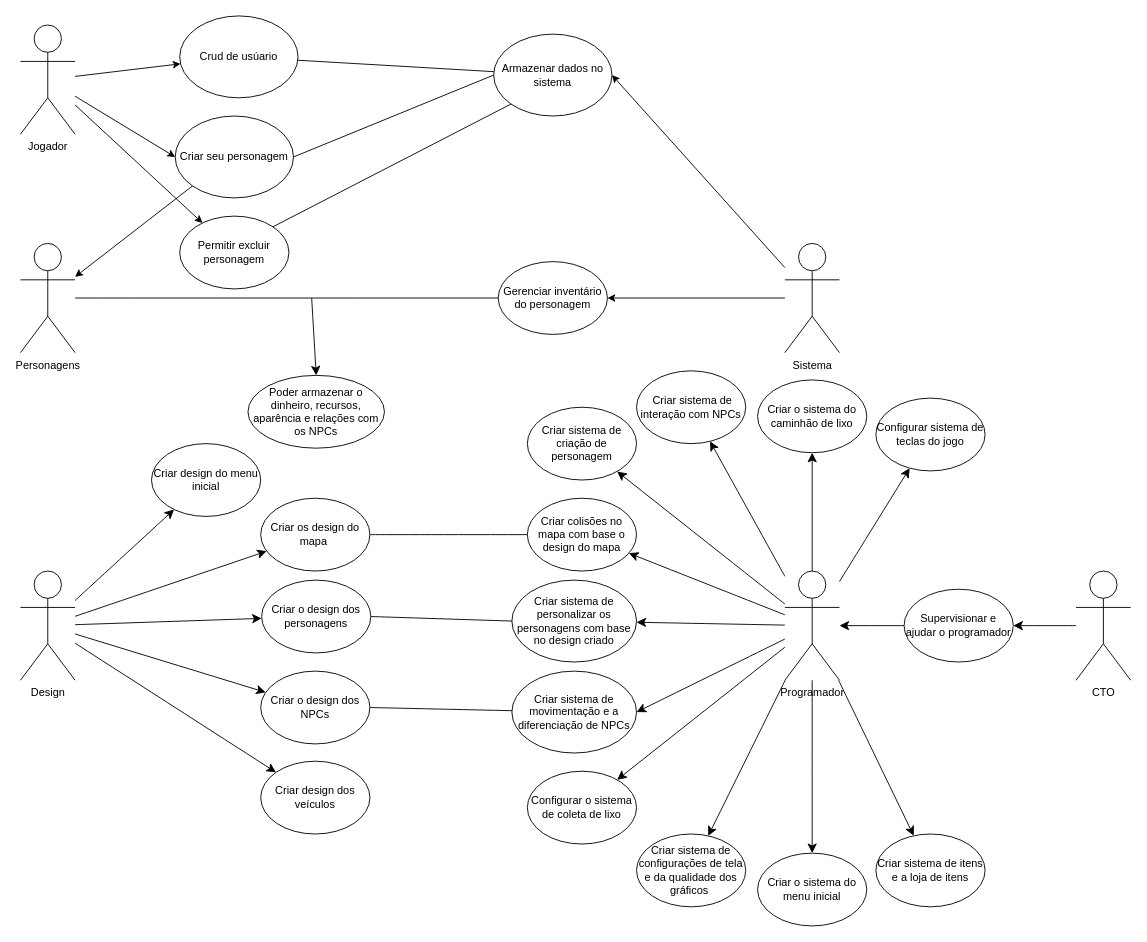
Before: page "Caso de Uso" (1 of 7) of Diagrama sem nome.drawio in Lotharzin/Valley-Of-Cleaning, a draw.io diagram. Source tidied: cells renumbered, new cells numbered last; positions are measured from the earlier drawing's top-left corner, leaving out a move shared by most shapes. Both pictures are drawn from the tidied source at 91%, with x=0, y=0 at pixel (20, 15).
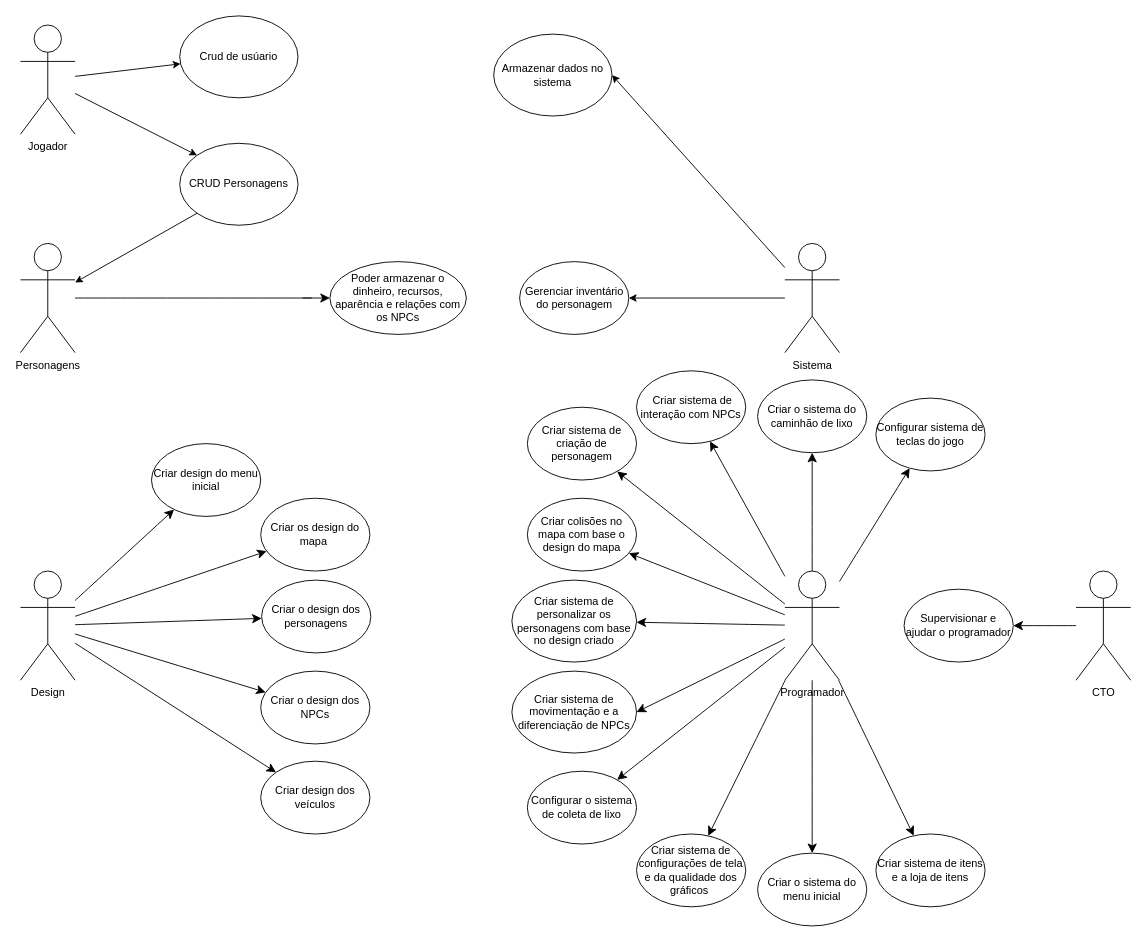
After the change.

The change refers to these unchanged cells:
```xml
<mxCell id="2" value="Jogador" style="shape=umlActor;verticalLabelPosition=bottom;verticalAlign=top;html=1;outlineConnect=0;" parent="1" vertex="1">
  <mxGeometry y="10" width="60" height="120" as="geometry" />
</mxCell>
<mxCell id="4" value="Crud de usúario" style="ellipse;whiteSpace=wrap;html=1;" parent="1" vertex="1">
  <mxGeometry x="175" width="130" height="90" as="geometry" />
</mxCell>
<mxCell id="6" value="Armazenar dados no sistema" style="ellipse;whiteSpace=wrap;html=1;" parent="1" vertex="1">
  <mxGeometry x="520" y="20" width="130" height="90" as="geometry" />
</mxCell>
<mxCell id="17" value="Personagens" style="shape=umlActor;verticalLabelPosition=bottom;verticalAlign=top;html=1;outlineConnect=0;" parent="1" vertex="1">
  <mxGeometry y="250" width="60" height="120" as="geometry" />
</mxCell>
<mxCell id="24" value="Criar os design do mapa&amp;nbsp;" style="ellipse;whiteSpace=wrap;html=1;" parent="1" vertex="1">
  <mxGeometry x="264" y="530" width="120" height="80" as="geometry" />
</mxCell>
<mxCell id="26" value="Criar o design dos personagens" style="ellipse;whiteSpace=wrap;html=1;" parent="1" vertex="1">
  <mxGeometry x="265" y="620" width="120" height="80" as="geometry" />
</mxCell>
<mxCell id="28" value="Criar o design dos NPCs" style="ellipse;whiteSpace=wrap;html=1;" parent="1" vertex="1">
  <mxGeometry x="264" y="720" width="120" height="80" as="geometry" />
</mxCell>
<mxCell id="29" value="Programador" style="shape=umlActor;verticalLabelPosition=bottom;verticalAlign=top;html=1;outlineConnect=0;" parent="1" vertex="1">
  <mxGeometry x="840" y="610" width="60" height="120" as="geometry" />
</mxCell>
<mxCell id="31" value="Criar colisões no mapa com base o design do mapa" style="ellipse;whiteSpace=wrap;html=1;" parent="1" vertex="1">
  <mxGeometry x="557" y="530" width="120" height="80" as="geometry" />
</mxCell>
<mxCell id="34" value="Criar sistema de personalizar os personagens com base no design criado" style="ellipse;whiteSpace=wrap;html=1;" parent="1" vertex="1">
  <mxGeometry x="540" y="620" width="137" height="90" as="geometry" />
</mxCell>
<mxCell id="37" value="Criar sistema de movimentação e a diferenciação de NPCs" style="ellipse;whiteSpace=wrap;html=1;" parent="1" vertex="1">
  <mxGeometry x="540" y="720" width="137" height="90" as="geometry" />
</mxCell>
<mxCell id="41" value="Supervisionar e ajudar o programador" style="ellipse;whiteSpace=wrap;html=1;" parent="1" vertex="1">
  <mxGeometry x="971" y="630" width="120" height="80" as="geometry" />
</mxCell>
```

Diff of the diagram source:
```diff
@@
-    <mxCell id="5" style="endArrow=none;html=1;rounded=0;" parent="1" edge="1" source="4" target="6">
-      <mxGeometry relative="1" as="geometry" />
-    </mxCell>
@@
-    <mxCell id="7" value="Criar seu personagem" style="ellipse;whiteSpace=wrap;html=1;" parent="1" vertex="1">
-      <mxGeometry x="170" y="110" width="130" height="90" as="geometry" />
+    <mxCell id="7" value="CRUD Personagens" style="ellipse;whiteSpace=wrap;html=1;" parent="1" vertex="1">
+      <mxGeometry x="175" y="140" width="130" height="90" as="geometry" />
     </mxCell>
-    <mxCell id="8" style="endArrow=classic;html=1;rounded=0;entryX=0;entryY=0.5;entryDx=0;entryDy=0;" parent="1" edge="1" source="2" target="7">
+    <mxCell id="8" style="endArrow=classic;html=1;rounded=0;entryX=0;entryY=0;entryDx=0;entryDy=0;" parent="1" edge="1" source="2" target="7">
       <mxGeometry relative="1" as="geometry" />
     </mxCell>
-    <mxCell id="9" style="endArrow=none;html=1;rounded=0;exitX=1;exitY=0.5;exitDx=0;exitDy=0;entryX=0;entryY=0.5;entryDx=0;entryDy=0;" parent="1" edge="1" source="7" target="6">
-      <mxGeometry relative="1" as="geometry" />
-    </mxCell>
@@
-    <mxCell id="12" value="Permitir excluir personagem" style="ellipse;whiteSpace=wrap;html=1;" parent="1" vertex="1">
-      <mxGeometry x="175" y="220" width="120" height="80" as="geometry" />
-    </mxCell>
-    <mxCell id="13" style="endArrow=classic;html=1;rounded=0;" parent="1" edge="1" source="2" target="12">
-      <mxGeometry relative="1" as="geometry" />
-    </mxCell>
-    <mxCell id="14" style="endArrow=none;html=1;rounded=0;exitX=1;exitY=0;exitDx=0;exitDy=0;entryX=0;entryY=1;entryDx=0;entryDy=0;" parent="1" edge="1" source="12" target="6">
-      <mxGeometry relative="1" as="geometry" />
-    </mxCell>
@@
     <mxCell id="16" value="Gerenciar inventário do personagem" style="ellipse;whiteSpace=wrap;html=1;" parent="1" vertex="1">
-      <mxGeometry x="525" y="270" width="120" height="80" as="geometry" />
+      <mxGeometry x="548.5" y="270" width="120" height="80" as="geometry" />
     </mxCell>
@@
-    <mxCell id="19" style="endArrow=none;html=1;rounded=0;fontSize=12;startSize=8;endSize=8;curved=1;" parent="1" edge="1" source="17" target="16">
-      <mxGeometry relative="1" as="geometry" />
+    <mxCell id="19" style="endArrow=none;html=1;rounded=0;fontSize=12;startSize=8;endSize=8;curved=1;" parent="1" edge="1" source="17">
+      <mxGeometry relative="1" as="geometry">
+        <mxPoint x="320" y="310" as="targetPoint" />
+      </mxGeometry>
     </mxCell>
-    <mxCell id="20" style="endArrow=classic;html=1;rounded=0;fontSize=12;startSize=8;endSize=8;curved=1;entryX=0.5;entryY=0;entryDx=0;entryDy=0;" parent="1" edge="1" target="21">
+    <mxCell id="20" style="endArrow=classic;html=1;rounded=0;fontSize=12;startSize=8;endSize=8;curved=1;entryX=0;entryY=0.5;entryDx=0;entryDy=0;" parent="1" edge="1" target="21">
       <mxGeometry relative="1" as="geometry">
-        <mxPoint x="320" y="310" as="sourcePoint" />
+        <mxPoint x="310" y="310" as="sourcePoint" />
       </mxGeometry>
     </mxCell>
     <mxCell id="21" value="Poder armazenar o dinheiro, recursos, aparência e relações com os NPCs" style="ellipse;whiteSpace=wrap;html=1;" parent="1" vertex="1">
-      <mxGeometry x="250" y="395" width="150" height="80" as="geometry" />
+      <mxGeometry x="340" y="270" width="150" height="80" as="geometry" />
     </mxCell>
@@
-    <mxCell id="32" style="endArrow=none;html=1;rounded=0;fontSize=12;startSize=8;endSize=8;curved=1;exitX=1;exitY=0.5;exitDx=0;exitDy=0;entryX=0;entryY=0.5;entryDx=0;entryDy=0;" parent="1" edge="1" source="24" target="31">
-      <mxGeometry relative="1" as="geometry" />
-    </mxCell>
@@
-    <mxCell id="35" style="endArrow=none;html=1;rounded=0;fontSize=12;startSize=8;endSize=8;curved=1;exitX=1;exitY=0.5;exitDx=0;exitDy=0;entryX=0;entryY=0.5;entryDx=0;entryDy=0;" parent="1" edge="1" source="26" target="34">
-      <mxGeometry relative="1" as="geometry" />
-    </mxCell>
-    <mxCell id="36" style="endArrow=none;html=1;rounded=0;fontSize=12;startSize=8;endSize=8;curved=1;exitX=1;exitY=0.5;exitDx=0;exitDy=0;" parent="1" edge="1" source="28" target="37">
-      <mxGeometry relative="1" as="geometry" />
-    </mxCell>
@@
-    <mxCell id="42" style="endArrow=classic;html=1;rounded=0;fontSize=12;startSize=8;endSize=8;curved=1;exitX=0;exitY=0.5;exitDx=0;exitDy=0;" parent="1" edge="1" source="41" target="29">
-      <mxGeometry relative="1" as="geometry" />
-    </mxCell>
```
